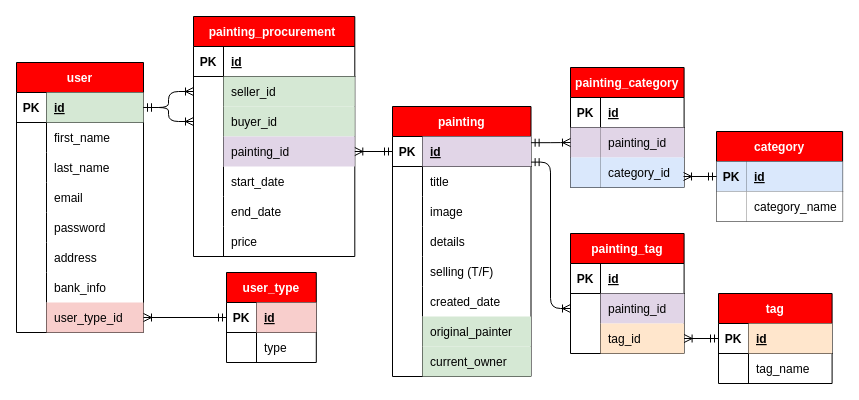
The draw.io diagram db/app.diagrams.net_ecommerce_art.drawio in kthendavid04/gallery, before the edit. Source tidied: cells renumbered, new cells numbered last; positions are measured from the earlier drawing's top-left corner, leaving out a move shared by most shapes. Both pictures are drawn from the tidied source at 100%, with x=0, y=0 at pixel (16, 16).
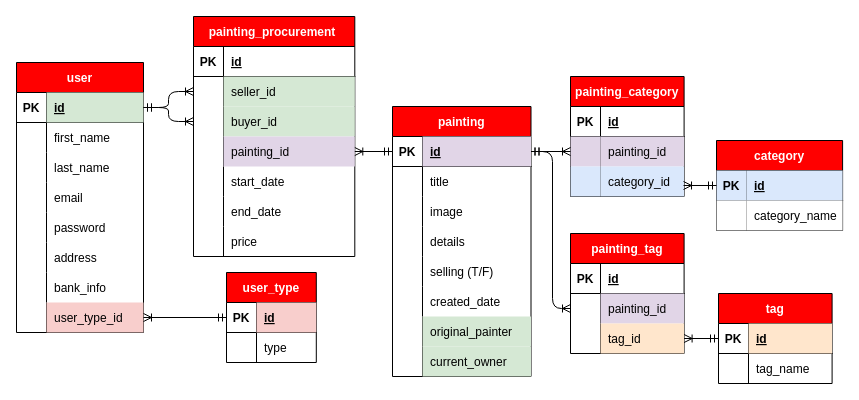
Above is the later version.

Commit message (it also covers changes not shown here):
Minor changes to database diagram and server.js

The change refers to these unchanged cells:
```xml
<mxCell id="57" style="shape=partialRectangle;fillColor=none;top=0;left=0;bottom=1;right=0;points=[[0,0.5],[1,0.5]];portConstraint=eastwest;" parent="56" vertex="1">
  <mxGeometry y="30" width="138.5" height="30" as="geometry" />
</mxCell>
<mxCell id="93" style="shape=partialRectangle;fillColor=none;top=0;left=0;bottom=0;right=0;points=[[0,0.5],[1,0.5]];portConstraint=eastwest;" parent="89" vertex="1">
  <mxGeometry y="60" width="113.6" height="30" as="geometry" />
</mxCell>
<mxCell id="106" style="shape=partialRectangle;fillColor=none;top=0;left=0;bottom=0;right=0;points=[[0,0.5],[1,0.5]];portConstraint=eastwest;" parent="102" vertex="1">
  <mxGeometry y="60" width="113.6" height="30" as="geometry" />
</mxCell>
```

Diff of the diagram source:
```diff
@@
-    <mxCell id="100" style="fontSize=12;html=1;endArrow=ERoneToMany;startArrow=ERmandOne;exitX=1.001;exitY=0.854;exitDx=0;exitDy=0;entryX=0;entryY=0.5;entryDx=0;entryDy=0;exitPerimeter=0;edgeStyle=elbowEdgeStyle;" parent="1" edge="1" source="57" target="93">
-      <mxGeometry relative="1" as="geometry" />
+    <mxCell id="100" style="fontSize=12;html=1;endArrow=ERoneToMany;startArrow=ERmandOne;exitX=1;exitY=0.5;exitDx=0;exitDy=0;entryX=0;entryY=0.5;entryDx=0;entryDy=0;edgeStyle=elbowEdgeStyle;" parent="1" edge="1" source="57" target="93">
+      <mxGeometry relative="1" as="geometry">
+        <Array as="points">
+          <mxPoint x="536" y="213" />
+        </Array>
+      </mxGeometry>
     </mxCell>
@@
     <mxCell id="102" value="painting_category" style="shape=table;startSize=30;childLayout=tableLayout;rowLines=0;fontStyle=1;align=center;fillColor=#FF0000;fontColor=#FFFFFF;" parent="1" vertex="1">
-      <mxGeometry x="554" y="51" width="113.6" height="120" as="geometry" />
+      <mxGeometry x="554" y="60" width="113.6" height="120" as="geometry" />
     </mxCell>
@@
-    <mxCell id="112" style="fontSize=12;html=1;endArrow=ERoneToMany;startArrow=ERmandOne;exitX=1.001;exitY=0.206;exitDx=0;exitDy=0;entryX=0;entryY=0.5;entryDx=0;entryDy=0;exitPerimeter=0;edgeStyle=orthogonalEdgeStyle;" parent="1" edge="1" source="57" target="106">
+    <mxCell id="112" style="fontSize=12;html=1;endArrow=ERoneToMany;startArrow=ERmandOne;exitX=1;exitY=0.5;exitDx=0;exitDy=0;entryX=0;entryY=0.5;entryDx=0;entryDy=0;edgeStyle=orthogonalEdgeStyle;" parent="1" edge="1" source="57" target="106">
       <mxGeometry relative="1" as="geometry" />
     </mxCell>
     <mxCell id="113" value="category" style="shape=table;startSize=30;childLayout=tableLayout;rowLines=0;fontStyle=1;align=center;fillColor=#FF0000;fontColor=#FFFFFF;" parent="1" vertex="1">
-      <mxGeometry x="700" y="115" width="126.1" height="90" as="geometry" />
+      <mxGeometry x="700" y="124" width="126.1" height="90" as="geometry" />
     </mxCell>
```
